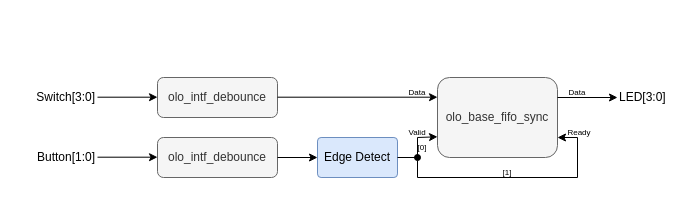
Earlier version of the draw.io diagram page "olo_intf_clk_meas" (1 of 2) of doc/tutorials/VivadoTutorial/Pictures/VivadoTutorial.drawio (open-logic/open-logic). Source tidied: cells renumbered, new cells numbered last; positions are measured from the earlier drawing's top-left corner, leaving out a move shared by most shapes. Both pictures are drawn from the tidied source at 100%, with x=0, y=0 at pixel (17, 77).
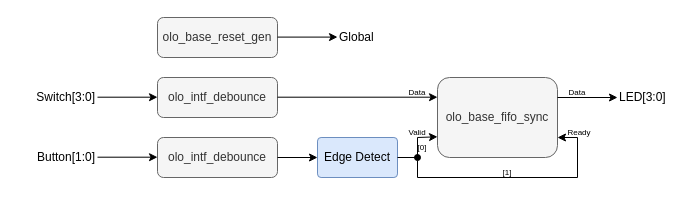
After the change.

The edit, as a diff of the source:
```diff
@@
+    <mxCell id="22" value="olo_base_reset_gen" style="rounded=1;whiteSpace=wrap;html=1;fillColor=#f5f5f5;fontColor=#333333;strokeColor=#666666;" parent="1" vertex="1">
+      <mxGeometry x="140" y="-60" width="120" height="40" as="geometry" />
+    </mxCell>
+    <mxCell id="23" style="endArrow=classic;html=1;rounded=0;" parent="1" edge="1">
+      <mxGeometry relative="1" as="geometry">
+        <mxPoint x="260" y="-40.4" as="sourcePoint" />
+        <mxPoint x="320" y="-40.4" as="targetPoint" />
+      </mxGeometry>
+    </mxCell>
+    <mxCell id="24" value="Global" style="text;html=1;align=left;verticalAlign=middle;whiteSpace=wrap;rounded=0;" parent="1" vertex="1">
+      <mxGeometry x="320" y="-50" width="60" height="20" as="geometry" />
+    </mxCell>
```
